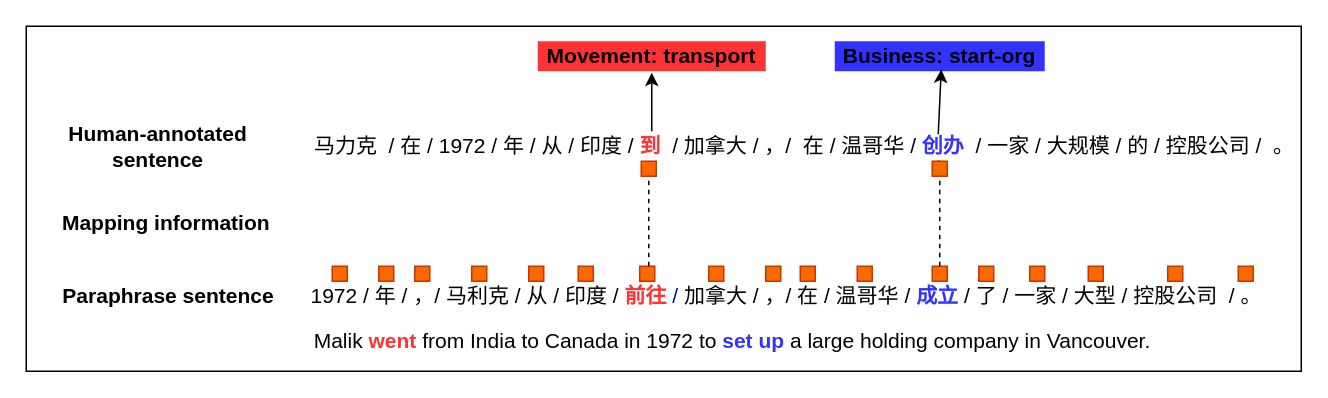
gitofding/first_repository keeps this draw.io diagram as alignmeng.drawio. Above is the earlier version. Source tidied: cells renumbered, new cells numbered last; positions are measured from the earlier drawing's top-left corner, leaving out a move shared by most shapes. Both pictures are drawn from the tidied source at 150%, with x=0, y=0 at pixel (26, 26).
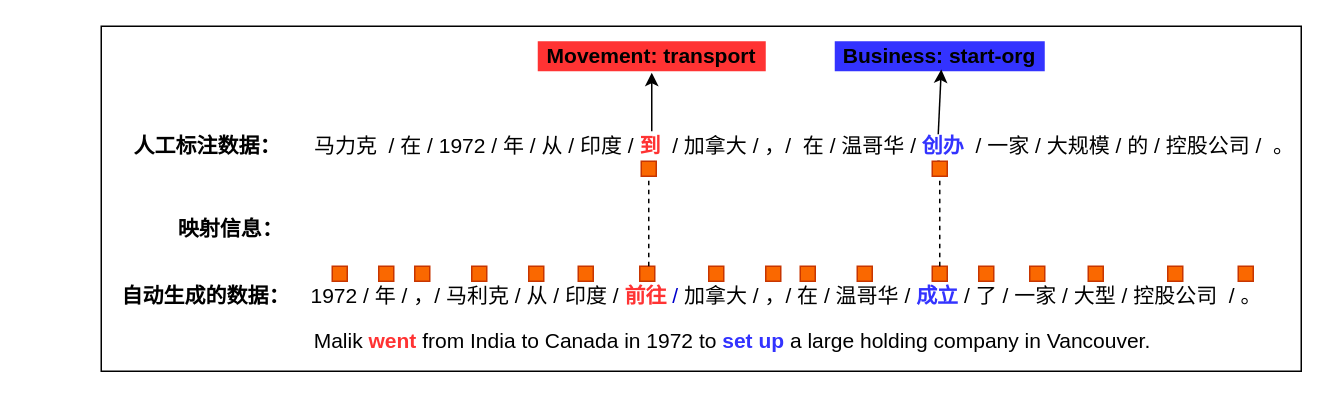
The same diagram, later.

Change to the diagram source:
```diff
@@
     <mxCell id="2" style="rounded=0;whiteSpace=wrap;html=1;" parent="1" vertex="1">
-      <mxGeometry width="850" height="230" as="geometry" />
+      <mxGeometry x="50" width="800" height="230" as="geometry" />
     </mxCell>
@@
-    <mxCell id="5" value="&lt;b&gt;&lt;font style=&quot;font-size: 14px&quot;&gt;Paraphrase sentence&lt;/font&gt;&lt;/b&gt;" style="text;html=1;strokeColor=none;fillColor=none;align=center;verticalAlign=middle;whiteSpace=wrap;rounded=0;" parent="1" vertex="1">
-      <mxGeometry x="20.2" y="170" width="150" height="20" as="geometry" />
+    <mxCell id="5" value="&lt;b&gt;&lt;font style=&quot;font-size: 14px&quot;&gt;自动生成的数据：&lt;/font&gt;&lt;/b&gt;" style="text;html=1;strokeColor=none;fillColor=none;align=center;verticalAlign=middle;whiteSpace=wrap;rounded=0;" parent="1" vertex="1">
+      <mxGeometry x="60" y="170" width="119.8" height="20" as="geometry" />
     </mxCell>
-    <mxCell id="6" value="&lt;b&gt;&lt;font style=&quot;font-size: 14px&quot;&gt;Mapping information&lt;/font&gt;&lt;/b&gt;" style="text;html=1;strokeColor=none;fillColor=none;align=center;verticalAlign=middle;whiteSpace=wrap;rounded=0;" parent="1" vertex="1">
-      <mxGeometry x="20.2" y="120.5" width="147" height="20" as="geometry" />
+    <mxCell id="6" value="&lt;b&gt;&lt;font style=&quot;font-size: 14px&quot;&gt;映射信息：&lt;/font&gt;&lt;/b&gt;" style="text;html=1;strokeColor=none;fillColor=none;align=center;verticalAlign=middle;whiteSpace=wrap;rounded=0;" parent="1" vertex="1">
+      <mxGeometry x="100" y="124.5" width="73" height="20" as="geometry" />
     </mxCell>
-    <mxCell id="7" value="&lt;b&gt;&lt;font style=&quot;font-size: 14px&quot;&gt;Human-annotated sentence&lt;/font&gt;&lt;/b&gt;" style="text;html=1;strokeColor=none;fillColor=none;align=center;verticalAlign=middle;whiteSpace=wrap;rounded=0;" parent="1" vertex="1">
-      <mxGeometry x="20.2" y="70" width="135.5" height="20" as="geometry" />
+    <mxCell id="7" value="&lt;span style=&quot;font-size: 14px&quot;&gt;&lt;b&gt;人工标注数据：&lt;/b&gt;&lt;/span&gt;" style="text;html=1;strokeColor=none;fillColor=none;align=center;verticalAlign=middle;whiteSpace=wrap;rounded=0;" parent="1" vertex="1">
+      <mxGeometry x="71" y="70" width="99.8" height="20" as="geometry" />
     </mxCell>
```
